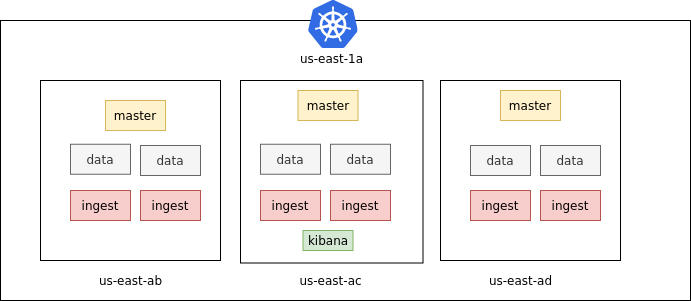
The draw.io diagram ha-es-architecture.png in YousraBorchani/HA-ELASTICSEARCH, before a commit. Source tidied: cells renumbered, new cells last; positions are measured from the earlier drawing's top-left corner, leaving out a move shared by most shapes.
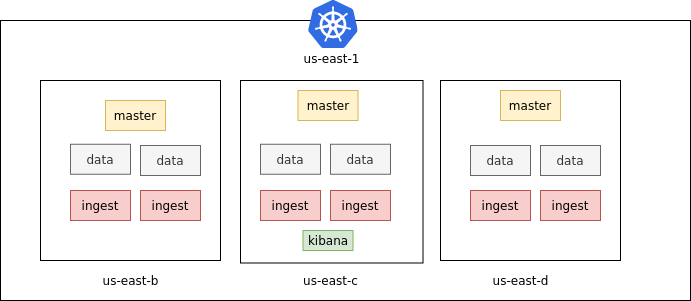
The same file after the commit.

Diff of the diagram source:
```diff
@@ -17,8 +17,8 @@
     <mxCell id="6" style="sketch=0;html=1;align=center;image;fontSize=12;image=img/lib/mscae/Kubernetes.svg;" parent="1" vertex="1">
       <mxGeometry x="307.5" width="50" height="48" as="geometry" />
     </mxCell>
-    <mxCell id="7" value="us-east-1a" style="text;html=1;align=center;verticalAlign=middle;strokeColor=none;fillColor=none;" parent="1" vertex="1">
-      <mxGeometry x="291.2" y="48" width="80" height="20" as="geometry" />
+    <mxCell id="7" value="us-east-1" style="text;html=1;align=center;verticalAlign=middle;strokeColor=none;fillColor=none;" parent="1" vertex="1">
+      <mxGeometry x="296.2" y="48" width="70" height="20" as="geometry" />
     </mxCell>
     <mxCell id="8" style="whiteSpace=wrap;html=1;" parent="1" vertex="1">
       <mxGeometry x="40" y="80" width="180" height="180" as="geometry" />
@@ -29,14 +29,14 @@
     <mxCell id="10" style="whiteSpace=wrap;html=1;" parent="1" vertex="1">
       <mxGeometry x="440" y="80" width="180" height="180" as="geometry" />
     </mxCell>
-    <mxCell id="11" value="us-east-ab" style="text;html=1;align=center;verticalAlign=middle;strokeColor=none;fillColor=none;" parent="1" vertex="1">
-      <mxGeometry x="90" y="270" width="80" height="20" as="geometry" />
+    <mxCell id="11" value="us-east-b" style="text;html=1;align=center;verticalAlign=middle;strokeColor=none;fillColor=none;" parent="1" vertex="1">
+      <mxGeometry x="95" y="270" width="70" height="20" as="geometry" />
     </mxCell>
-    <mxCell id="12" value="us-east-ad" style="text;html=1;align=center;verticalAlign=middle;strokeColor=none;fillColor=none;" parent="1" vertex="1">
-      <mxGeometry x="480" y="270" width="80" height="20" as="geometry" />
+    <mxCell id="12" value="us-east-d" style="text;html=1;align=center;verticalAlign=middle;strokeColor=none;fillColor=none;" parent="1" vertex="1">
+      <mxGeometry x="485" y="270" width="70" height="20" as="geometry" />
     </mxCell>
-    <mxCell id="13" value="us-east-ac" style="text;html=1;align=center;verticalAlign=middle;strokeColor=none;fillColor=none;" parent="1" vertex="1">
-      <mxGeometry x="290" y="270" width="80" height="20" as="geometry" />
+    <mxCell id="13" value="us-east-c" style="text;html=1;align=center;verticalAlign=middle;strokeColor=none;fillColor=none;" parent="1" vertex="1">
+      <mxGeometry x="295" y="270" width="70" height="20" as="geometry" />
     </mxCell>
     <mxCell id="14" value="master" style="rounded=0;whiteSpace=wrap;html=1;fillColor=#fff2cc;strokeColor=#d6b656;" parent="1" vertex="1">
       <mxGeometry x="105" y="100" width="60" height="30" as="geometry" />
```
